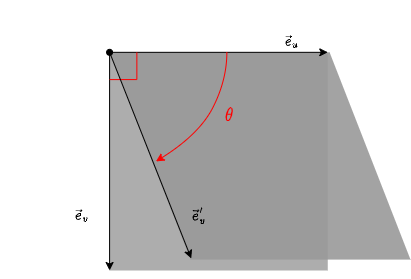
The draw.io diagram graphics/pixel.png in Myralllka/bachelor_thesis, before a commit. Source tidied: cells renumbered, new cells last; positions are measured from the earlier drawing's top-left corner, leaving out a move shared by most shapes.
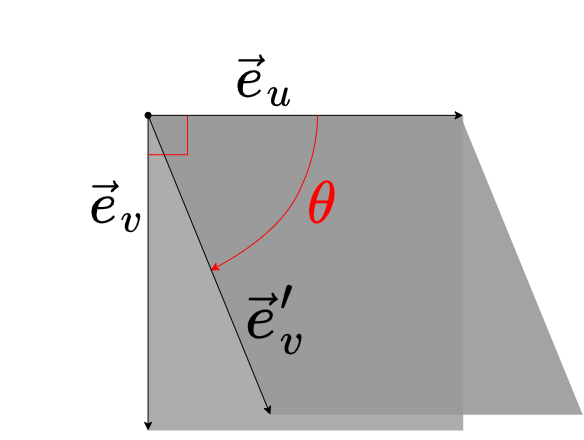
The same file after the commit.

What changed in the source:
```diff
@@ -2,77 +2,74 @@
   <root>
     <mxCell id="0" />
     <mxCell id="1" parent="0" />
-    <mxCell id="2" style="group;" parent="1" vertex="1">
-      <mxGeometry width="410" height="270" as="geometry" />
-    </mxCell>
-    <mxCell id="3" value="$$\vec{e}_v$$" style="text;html=1;strokeColor=none;fillColor=none;align=center;verticalAlign=middle;whiteSpace=wrap;rounded=0;fontColor=#000000;" parent="2" vertex="1">
-      <mxGeometry y="174.5" width="163.6" height="81.8" as="geometry" />
+    <mxCell id="3" value="&lt;font style=&quot;font-size: 50px;&quot;&gt;$$\vec{e}_v$$&lt;/font&gt;" style="text;html=1;strokeColor=none;fillColor=none;align=center;verticalAlign=middle;whiteSpace=wrap;rounded=0;fontColor=#000000;" parent="1" vertex="1">
+      <mxGeometry x="-70" y="-353.6" width="236.4" height="118.2" as="geometry" />
     </mxCell>
-    <mxCell id="4" style="shape=parallelogram;perimeter=parallelogramPerimeter;whiteSpace=wrap;html=1;fixedSize=1;fontColor=#000000;fillColor=#999999;gradientColor=none;size=80.91000000000008;direction=west;strokeColor=none;opacity=90;rotation=0;flipH=1;" parent="2" vertex="1">
-      <mxGeometry x="109.1" y="51.8" width="300.9" height="207.3" as="geometry" />
+    <mxCell id="4" style="shape=parallelogram;perimeter=parallelogramPerimeter;whiteSpace=wrap;html=1;fixedSize=1;fontColor=#000000;fillColor=#999999;gradientColor=none;size=122.42614682926819;direction=west;strokeColor=none;opacity=90;rotation=0;flipH=1;" parent="1" vertex="1">
+      <mxGeometry x="77.6" y="-385.1" width="434.6" height="299.4" as="geometry" />
     </mxCell>
-    <mxCell id="5" style="whiteSpace=wrap;html=1;fontColor=#000000;fillColor=#999999;gradientColor=none;opacity=80;strokeColor=none;" parent="2" vertex="1">
-      <mxGeometry x="109.1" y="51.8" width="218.2" height="218.2" as="geometry" />
+    <mxCell id="5" style="whiteSpace=wrap;html=1;fontColor=#000000;fillColor=#999999;gradientColor=none;opacity=80;strokeColor=none;" parent="1" vertex="1">
+      <mxGeometry x="77.6" y="-385.2" width="315.1" height="315.1" as="geometry" />
     </mxCell>
-    <mxCell id="6" style="endArrow=classic;html=1;rounded=0;strokeColor=#000000;" parent="2" edge="1">
+    <mxCell id="6" style="endArrow=classic;html=1;rounded=0;strokeColor=#000000;" parent="1" edge="1">
       <mxGeometry relative="1" as="geometry">
-        <mxPoint x="109.1" y="51.8" as="sourcePoint" />
-        <mxPoint x="327.3" y="51.8" as="targetPoint" />
+        <mxPoint x="77.6" y="-385.2" as="sourcePoint" />
+        <mxPoint x="392.7" y="-385.2" as="targetPoint" />
       </mxGeometry>
     </mxCell>
-    <mxCell id="7" style="endArrow=classic;html=1;rounded=0;strokeColor=#000000;startArrow=none;" parent="2" edge="1">
+    <mxCell id="7" style="endArrow=classic;html=1;rounded=0;strokeColor=#000000;startArrow=none;" parent="1" edge="1">
       <mxGeometry relative="1" as="geometry">
-        <mxPoint x="109.1" y="270" as="sourcePoint" />
-        <mxPoint x="109.1" y="270" as="targetPoint" />
+        <mxPoint x="77.6" y="-70" as="sourcePoint" />
+        <mxPoint x="77.6" y="-70" as="targetPoint" />
       </mxGeometry>
     </mxCell>
-    <mxCell id="8" style="endArrow=none;html=1;rounded=0;strokeColor=#000000;" parent="2" edge="1">
+    <mxCell id="8" style="endArrow=none;html=1;rounded=0;strokeColor=#000000;" parent="1" edge="1">
       <mxGeometry relative="1" as="geometry">
-        <mxPoint x="109.1" y="51.8" as="sourcePoint" />
-        <mxPoint x="109.1" y="51.8" as="targetPoint" />
+        <mxPoint x="77.6" y="-385.2" as="sourcePoint" />
+        <mxPoint x="77.6" y="-385.2" as="targetPoint" />
       </mxGeometry>
     </mxCell>
-    <mxCell id="9" style="endArrow=classic;html=1;rounded=0;strokeColor=#000000;" parent="2" edge="1">
+    <mxCell id="9" style="endArrow=classic;html=1;rounded=0;strokeColor=#000000;" parent="1" edge="1">
       <mxGeometry relative="1" as="geometry">
-        <mxPoint x="109.1" y="51.8" as="sourcePoint" />
-        <mxPoint x="109.1" y="270" as="targetPoint" />
+        <mxPoint x="77.6" y="-385.2" as="sourcePoint" />
+        <mxPoint x="77.6" y="-70" as="targetPoint" />
       </mxGeometry>
     </mxCell>
-    <mxCell id="10" style="curved=1;endArrow=classic;html=1;rounded=0;strokeColor=#FF0000;" parent="2" edge="1">
+    <mxCell id="10" style="curved=1;endArrow=classic;html=1;rounded=0;strokeColor=#FF0000;" parent="1" edge="1">
       <mxGeometry relative="1" as="geometry">
-        <mxPoint x="226.4" y="51.8" as="sourcePoint" />
-        <mxPoint x="155.5" y="160.9" as="targetPoint" />
+        <mxPoint x="247" y="-385.2" as="sourcePoint" />
+        <mxPoint x="140" y="-230" as="targetPoint" />
         <Array as="points">
-          <mxPoint x="226.4" y="79.1" />
-          <mxPoint x="199.1" y="133.6" />
+          <mxPoint x="247" y="-345.8" />
+          <mxPoint x="207.6" y="-267" />
         </Array>
       </mxGeometry>
     </mxCell>
-    <mxCell id="11" style="endArrow=none;html=1;rounded=0;strokeColor=#FF0000;" parent="2" edge="1">
+    <mxCell id="11" style="endArrow=none;html=1;rounded=0;strokeColor=#FF0000;" parent="1" edge="1">
       <mxGeometry relative="1" as="geometry">
-        <mxPoint x="109.1" y="79.1" as="sourcePoint" />
-        <mxPoint x="136.4" y="79.1" as="targetPoint" />
+        <mxPoint x="77.6" y="-345.8" as="sourcePoint" />
+        <mxPoint x="117" y="-345.8" as="targetPoint" />
       </mxGeometry>
     </mxCell>
-    <mxCell id="12" style="endArrow=none;html=1;rounded=0;strokeColor=#FF0000;" parent="2" edge="1">
+    <mxCell id="12" style="endArrow=none;html=1;rounded=0;strokeColor=#FF0000;" parent="1" edge="1">
       <mxGeometry relative="1" as="geometry">
-        <mxPoint x="136.4" y="51.8" as="sourcePoint" />
-        <mxPoint x="136.4" y="79.1" as="targetPoint" />
+        <mxPoint x="117" y="-385.2" as="sourcePoint" />
+        <mxPoint x="117" y="-345.8" as="targetPoint" />
       </mxGeometry>
     </mxCell>
-    <mxCell id="13" style="endArrow=classic;html=1;rounded=0;strokeColor=#000000;entryX=0.449;entryY=1.019;entryDx=0;entryDy=0;entryPerimeter=0;startArrow=oval;startFill=1;" parent="2" edge="1" target="15">
+    <mxCell id="13" style="endArrow=classic;html=1;rounded=0;strokeColor=#000000;entryX=0.388;entryY=0.937;entryDx=0;entryDy=0;entryPerimeter=0;startArrow=oval;startFill=1;exitX=0;exitY=0;exitDx=0;exitDy=0;" parent="1" edge="1" source="5">
       <mxGeometry relative="1" as="geometry">
-        <mxPoint x="109.1" y="51.8" as="sourcePoint" />
+        <mxPoint x="199.9" y="-85.9" as="targetPoint" />
       </mxGeometry>
     </mxCell>
-    <mxCell id="14" value="&lt;span style=&quot;font-family: sans-serif ; font-size: 14.2944px ; font-style: normal ; font-weight: 400 ; letter-spacing: normal ; text-indent: 0px ; text-transform: none ; word-spacing: 0px ; display: inline ; float: none&quot;&gt;&lt;font color=&quot;#ff0000&quot;&gt;$$\theta$$&lt;/font&gt;&lt;/span&gt;" style="text;html=1;strokeColor=none;fillColor=none;align=center;verticalAlign=middle;whiteSpace=wrap;rounded=0;" parent="2" vertex="1">
-      <mxGeometry x="147.3" y="73.6" width="163.6" height="81.8" as="geometry" />
+    <mxCell id="14" value="&lt;span style=&quot;font-family: sans-serif; font-style: normal; font-weight: 400; letter-spacing: normal; text-indent: 0px; text-transform: none; word-spacing: 0px; display: inline; float: none;&quot;&gt;&lt;font style=&quot;font-size: 50px;&quot; color=&quot;#ff0000&quot;&gt;$$\theta$$&lt;/font&gt;&lt;/span&gt;" style="text;html=1;strokeColor=none;fillColor=none;align=center;verticalAlign=middle;whiteSpace=wrap;rounded=0;" parent="1" vertex="1">
+      <mxGeometry x="132.7" y="-353.6" width="236.4" height="118.2" as="geometry" />
     </mxCell>
-    <mxCell id="15" value="$$\vec{e}'_v$$" style="text;html=1;strokeColor=none;fillColor=none;align=center;verticalAlign=middle;whiteSpace=wrap;rounded=0;fontColor=#000000;" parent="2" vertex="1">
-      <mxGeometry x="117.3" y="174.5" width="163.6" height="81.8" as="geometry" />
+    <mxCell id="15" value="&lt;font style=&quot;font-size: 55px;&quot;&gt;$$\vec{e}'_v$$&lt;/font&gt;" style="text;html=1;strokeColor=none;fillColor=none;align=center;verticalAlign=middle;whiteSpace=wrap;rounded=0;fontColor=#000000;" parent="1" vertex="1">
+      <mxGeometry x="89.4" y="-240" width="236.4" height="118.2" as="geometry" />
     </mxCell>
-    <mxCell id="16" value="$$\vec{e}_u$$" style="text;html=1;strokeColor=none;fillColor=none;align=center;verticalAlign=middle;whiteSpace=wrap;rounded=0;fontColor=#000000;" parent="2" vertex="1">
-      <mxGeometry x="210" width="163.6" height="81.8" as="geometry" />
+    <mxCell id="16" value="&lt;font style=&quot;font-size: 50px;&quot;&gt;$$\vec{e}_u$$&lt;/font&gt;" style="text;html=1;strokeColor=none;fillColor=none;align=center;verticalAlign=middle;whiteSpace=wrap;rounded=0;fontColor=#000000;" parent="1" vertex="1">
+      <mxGeometry x="77.6" y="-480" width="236.4" height="118.2" as="geometry" />
     </mxCell>
   </root>
 </mxGraphModel>
```
